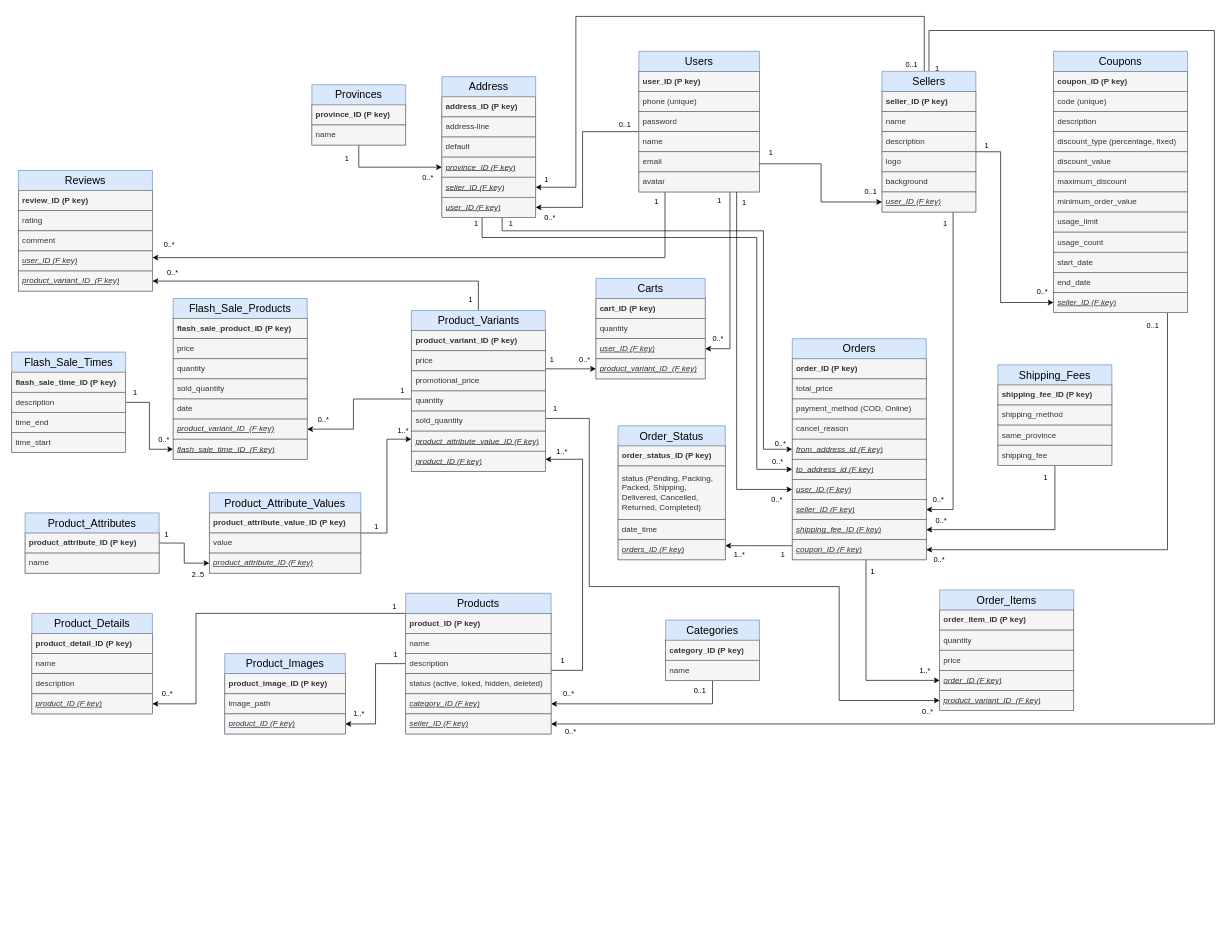
thanhba0505/shoplands keeps this draw.io diagram as document/database.drawio. Above is the earlier version. Source tidied: cells renumbered, new cells numbered last; positions are measured from the earlier drawing's top-left corner, leaving out a move shared by most shapes. Both pictures are drawn from the tidied source at 67%, with x=0, y=0 at pixel (11, 16).
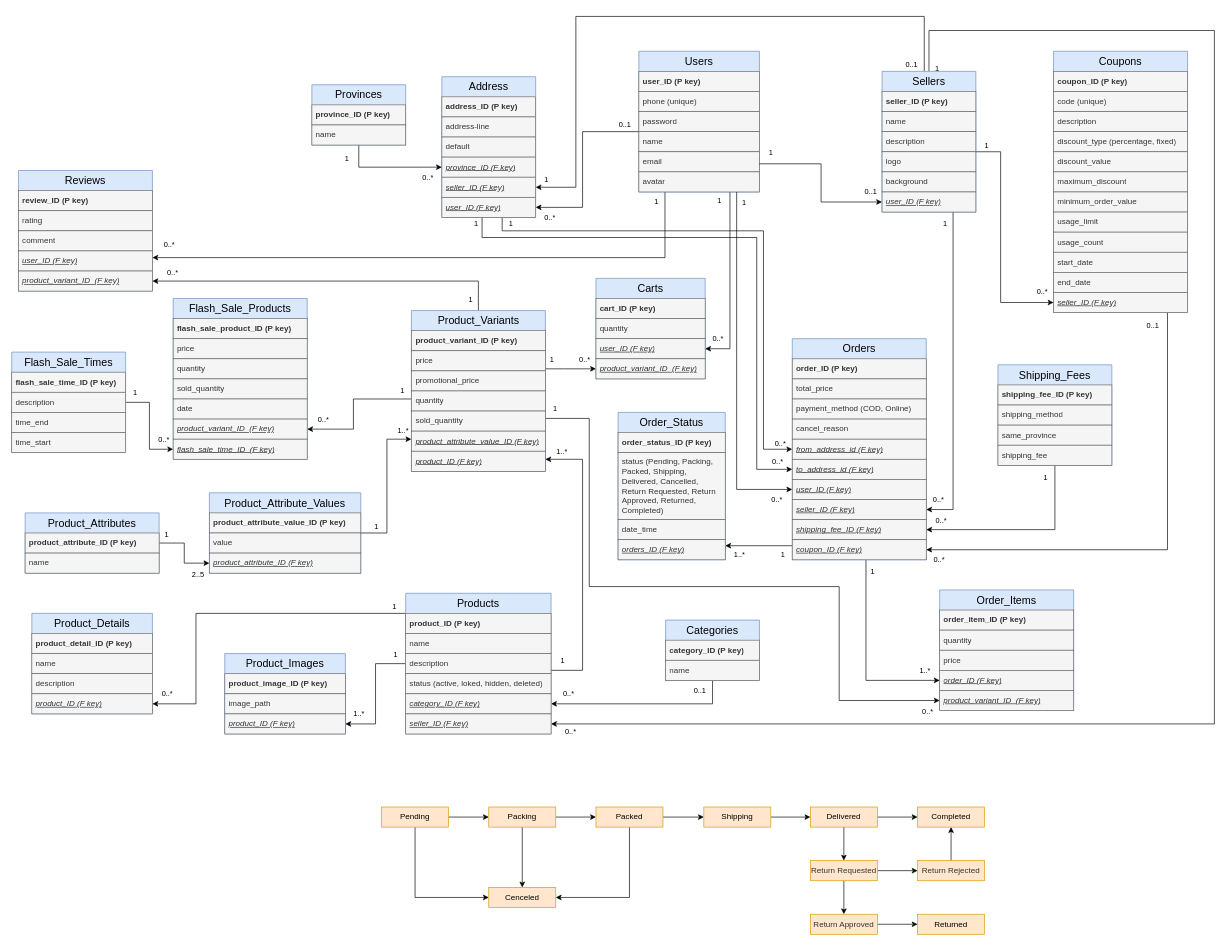
The same page after the edit.

The edit, as a diff of the source:
```diff
@@
     <mxCell id="197" value="Order_Status" style="swimlane;fontStyle=0;horizontal=1;startSize=30;whiteSpace=wrap;html=1;fillColor=#dae8fc;strokeColor=#6c8ebf;fontSize=16;swimlaneLine=0;" parent="1" vertex="1">
-      <mxGeometry x="905" y="611" width="160" height="200" as="geometry" />
+      <mxGeometry x="905" y="591" width="160" height="220" as="geometry" />
     </mxCell>
@@
-    <mxCell id="199" value="status (Pending, Packing, Packed, Shipping, Delivered, Cancelled, Returned, Completed)" style="text;strokeColor=#666666;fillColor=#f5f5f5;align=left;verticalAlign=middle;spacingLeft=4;spacingRight=4;overflow=hidden;whiteSpace=wrap;html=1;fontColor=#333333;swimlaneLine=0;" parent="197" vertex="1">
-      <mxGeometry y="60" width="160" height="80" as="geometry" />
+    <mxCell id="199" value="status (Pending, Packing, Packed, Shipping, Delivered, Cancelled, Return Requested, Return Approved, Returned, Completed)" style="text;strokeColor=#666666;fillColor=#f5f5f5;align=left;verticalAlign=middle;spacingLeft=4;spacingRight=4;overflow=hidden;whiteSpace=wrap;html=1;fontColor=#333333;swimlaneLine=0;" parent="197" vertex="1">
+      <mxGeometry y="60" width="160" height="100" as="geometry" />
     </mxCell>
     <mxCell id="200" value="date_time" style="text;strokeColor=#666666;fillColor=#f5f5f5;align=left;verticalAlign=middle;spacingLeft=4;spacingRight=4;overflow=hidden;whiteSpace=wrap;html=1;fontColor=#333333;swimlaneLine=0;" parent="197" vertex="1">
-      <mxGeometry y="140" width="160" height="30" as="geometry" />
+      <mxGeometry y="160" width="160" height="30" as="geometry" />
     </mxCell>
     <mxCell id="201" value="orders_ID (F key)" style="text;strokeColor=#666666;fillColor=#f5f5f5;align=left;verticalAlign=middle;spacingLeft=4;spacingRight=4;overflow=hidden;points=[[0,0.5],[1,0.5]];portConstraint=eastwest;whiteSpace=wrap;html=1;fontColor=#333333;fontStyle=6;swimlaneLine=0;" parent="197" vertex="1">
-      <mxGeometry y="170" width="160" height="30" as="geometry" />
+      <mxGeometry y="190" width="160" height="30" as="geometry" />
     </mxCell>
@@
+    <mxCell id="205" style="edgeStyle=orthogonalEdgeStyle;rounded=0;jettySize=auto;html=1;" parent="1" edge="1" source="207" target="210">
+      <mxGeometry relative="1" as="geometry" />
+    </mxCell>
+    <mxCell id="206" style="edgeStyle=orthogonalEdgeStyle;rounded=0;jettySize=auto;html=1;" parent="1" edge="1" source="207" target="219">
+      <mxGeometry relative="1" as="geometry">
+        <Array as="points">
+          <mxPoint x="602" y="1315" />
+        </Array>
+      </mxGeometry>
+    </mxCell>
+    <mxCell id="207" value="Pending" style="rounded=0;whiteSpace=wrap;html=1;fillColor=#ffe6cc;strokeColor=#d79b00;" parent="1" vertex="1">
+      <mxGeometry x="552" y="1180" width="100" height="30" as="geometry" />
+    </mxCell>
+    <mxCell id="208" style="edgeStyle=orthogonalEdgeStyle;rounded=0;jettySize=auto;html=1;" parent="1" edge="1" source="210" target="213">
+      <mxGeometry relative="1" as="geometry" />
+    </mxCell>
+    <mxCell id="209" style="edgeStyle=orthogonalEdgeStyle;rounded=0;jettySize=auto;html=1;" parent="1" edge="1" source="210" target="219">
+      <mxGeometry relative="1" as="geometry" />
+    </mxCell>
+    <mxCell id="210" value="Packing" style="rounded=0;whiteSpace=wrap;html=1;fillColor=#ffe6cc;strokeColor=#d79b00;" parent="1" vertex="1">
+      <mxGeometry x="712" y="1180" width="100" height="30" as="geometry" />
+    </mxCell>
+    <mxCell id="211" style="edgeStyle=orthogonalEdgeStyle;rounded=0;jettySize=auto;html=1;" parent="1" edge="1" source="213" target="215">
+      <mxGeometry relative="1" as="geometry" />
+    </mxCell>
+    <mxCell id="212" style="edgeStyle=orthogonalEdgeStyle;rounded=0;jettySize=auto;html=1;" parent="1" edge="1" source="213" target="219">
+      <mxGeometry relative="1" as="geometry">
+        <Array as="points">
+          <mxPoint x="922" y="1315" />
+        </Array>
+      </mxGeometry>
+    </mxCell>
+    <mxCell id="213" value="Packed" style="rounded=0;whiteSpace=wrap;html=1;fillColor=#ffe6cc;strokeColor=#d79b00;" parent="1" vertex="1">
+      <mxGeometry x="872" y="1180" width="100" height="30" as="geometry" />
+    </mxCell>
+    <mxCell id="214" style="edgeStyle=orthogonalEdgeStyle;rounded=0;jettySize=auto;html=1;" parent="1" edge="1" source="215" target="218">
+      <mxGeometry relative="1" as="geometry" />
+    </mxCell>
+    <mxCell id="215" value="Shipping" style="rounded=0;whiteSpace=wrap;html=1;fillColor=#ffe6cc;strokeColor=#d79b00;" parent="1" vertex="1">
+      <mxGeometry x="1033" y="1180" width="100" height="30" as="geometry" />
+    </mxCell>
+    <mxCell id="216" style="edgeStyle=orthogonalEdgeStyle;rounded=0;jettySize=auto;html=1;" parent="1" edge="1" source="218" target="221">
+      <mxGeometry relative="1" as="geometry" />
+    </mxCell>
+    <mxCell id="217" style="edgeStyle=orthogonalEdgeStyle;rounded=0;jettySize=auto;html=1;" parent="1" edge="1" source="218" target="224">
+      <mxGeometry relative="1" as="geometry" />
+    </mxCell>
+    <mxCell id="218" value="Delivered" style="rounded=0;whiteSpace=wrap;html=1;fillColor=#ffe6cc;strokeColor=#d79b00;" parent="1" vertex="1">
+      <mxGeometry x="1192" y="1180" width="100" height="30" as="geometry" />
+    </mxCell>
+    <mxCell id="219" value="Cenceled" style="rounded=0;whiteSpace=wrap;html=1;fillColor=#ffe6cc;strokeColor=#d79b00;" parent="1" vertex="1">
+      <mxGeometry x="712" y="1300" width="100" height="30" as="geometry" />
+    </mxCell>
+    <mxCell id="220" value="Returned" style="rounded=0;whiteSpace=wrap;html=1;fillColor=#ffe6cc;strokeColor=#d79b00;" parent="1" vertex="1">
+      <mxGeometry x="1352" y="1340" width="100" height="30" as="geometry" />
+    </mxCell>
+    <mxCell id="221" value="Completed" style="rounded=0;whiteSpace=wrap;html=1;fillColor=#ffe6cc;strokeColor=#d79b00;" parent="1" vertex="1">
+      <mxGeometry x="1352" y="1180" width="100" height="30" as="geometry" />
+    </mxCell>
+    <mxCell id="222" style="edgeStyle=orthogonalEdgeStyle;rounded=0;jettySize=auto;html=1;" parent="1" edge="1" source="224" target="226">
+      <mxGeometry relative="1" as="geometry" />
+    </mxCell>
+    <mxCell id="223" style="edgeStyle=orthogonalEdgeStyle;rounded=0;jettySize=auto;html=1;" parent="1" edge="1" source="224" target="228">
+      <mxGeometry relative="1" as="geometry" />
+    </mxCell>
+    <mxCell id="224" value="&lt;span style=&quot;color: rgb(51, 51, 51); text-align: left;&quot;&gt;Return Requested&lt;/span&gt;" style="rounded=0;whiteSpace=wrap;html=1;fillColor=#ffe6cc;strokeColor=#d79b00;" parent="1" vertex="1">
+      <mxGeometry x="1192" y="1260" width="100" height="30" as="geometry" />
+    </mxCell>
+    <mxCell id="225" style="edgeStyle=orthogonalEdgeStyle;rounded=0;jettySize=auto;html=1;" parent="1" edge="1" source="226" target="220">
+      <mxGeometry relative="1" as="geometry" />
+    </mxCell>
+    <mxCell id="226" value="&lt;span style=&quot;color: rgb(51, 51, 51); text-align: left;&quot;&gt;Return Approved&lt;/span&gt;" style="rounded=0;whiteSpace=wrap;html=1;fillColor=#ffe6cc;strokeColor=#d79b00;" parent="1" vertex="1">
+      <mxGeometry x="1192" y="1340" width="100" height="30" as="geometry" />
+    </mxCell>
+    <mxCell id="227" style="edgeStyle=orthogonalEdgeStyle;rounded=0;jettySize=auto;html=1;" parent="1" edge="1" source="228" target="221">
+      <mxGeometry relative="1" as="geometry" />
+    </mxCell>
+    <mxCell id="228" value="&lt;span style=&quot;color: rgb(51, 51, 51); text-align: left;&quot;&gt;Return Rejected&lt;/span&gt;" style="rounded=0;whiteSpace=wrap;html=1;fillColor=#ffe6cc;strokeColor=#d79b00;" parent="1" vertex="1">
+      <mxGeometry x="1352" y="1260" width="100" height="30" as="geometry" />
+    </mxCell>
```
